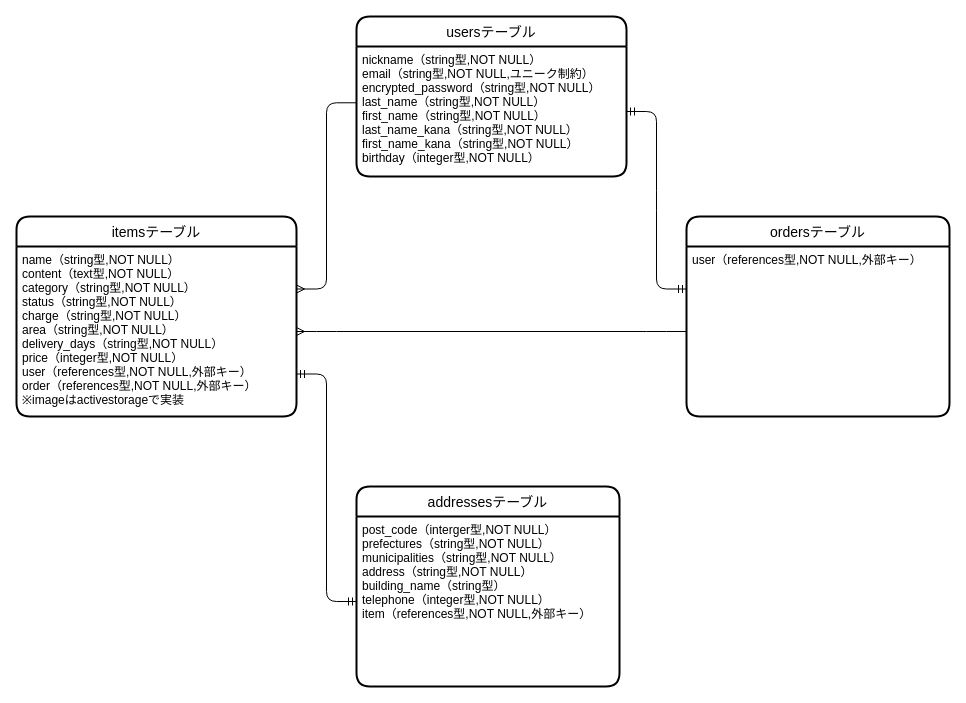
Above: furima.dio in sugisanize/furima-38529 (draw.io), before the change. Source tidied: cells renumbered, new cells numbered last; positions are measured from the earlier drawing's top-left corner, leaving out a move shared by most shapes. Both pictures are drawn from the tidied source at 100%, with x=0, y=0 at pixel (16, 16).
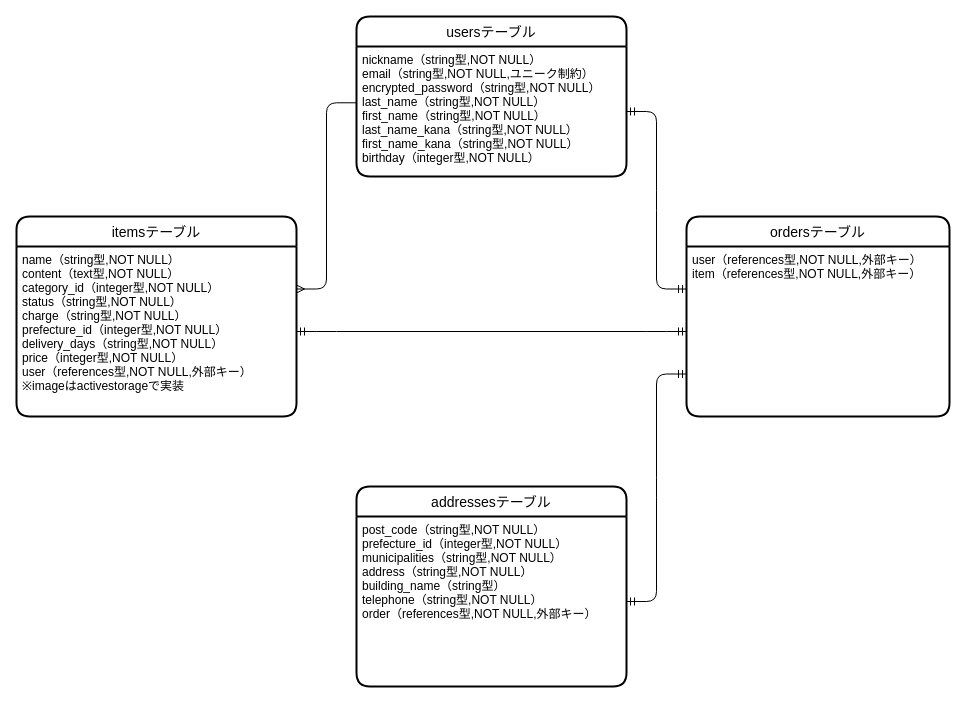
After the change.

Commit message (it also covers changes not shown here):
データベース設計（修正#2）

修正いたしました！
【最新ER図】
https://gyazo.com/66248061fff13e56dc58835734bd14f4

Change to the diagram source:
```diff
@@
 <mxGraphModel>
   <root>
     <mxCell id="0" />
     <mxCell id="1" parent="0" />
     <mxCell id="2" value="usersテーブル" style="swimlane;horizontal=1;startSize=30;rounded=1;fontSize=14;fontStyle=0;strokeWidth=2;shadow=0;dashed=0;align=center;" parent="1" vertex="1">
       <mxGeometry x="340" width="270" height="160" as="geometry" />
     </mxCell>
     <mxCell id="3" value="nickname（string型,NOT NULL）&#10;email（string型,NOT NULL,ユニーク制約）&#10;encrypted_password（string型,NOT NULL）&#10;last_name（string型,NOT NULL）&#10;first_name（string型,NOT NULL）&#10;last_name_kana（string型,NOT NULL）&#10;first_name_kana（string型,NOT NULL）&#10;birthday（integer型,NOT NULL）" style="align=left;strokeColor=none;fillColor=none;spacingLeft=4;fontSize=12;verticalAlign=top;" parent="2" vertex="1">
       <mxGeometry y="30" width="270" height="130" as="geometry" />
     </mxCell>
     <mxCell id="4" value="itemsテーブル" style="swimlane;horizontal=1;startSize=30;rounded=1;fontSize=14;fontStyle=0;strokeWidth=2;shadow=0;dashed=0;align=center;" parent="1" vertex="1">
       <mxGeometry y="200" width="280" height="200" as="geometry" />
     </mxCell>
-    <mxCell id="5" value="name（string型,NOT NULL）&#10;content（text型,NOT NULL）&#10;category（string型,NOT NULL）&#10;status（string型,NOT NULL）&#10;charge（string型,NOT NULL）&#10;area（string型,NOT NULL）&#10;delivery_days（string型,NOT NULL）&#10;price（integer型,NOT NULL）&#10;user（references型,NOT NULL,外部キー）&#10;order（references型,NOT NULL,外部キー）&#10;※imageはactivestorageで実装" style="align=left;strokeColor=none;fillColor=none;spacingLeft=4;fontSize=12;verticalAlign=top;" parent="4" vertex="1">
+    <mxCell id="5" value="name（string型,NOT NULL）&#10;content（text型,NOT NULL）&#10;category_id（integer型,NOT NULL）&#10;status（string型,NOT NULL）&#10;charge（string型,NOT NULL）&#10;prefecture_id（integer型,NOT NULL）&#10;delivery_days（string型,NOT NULL）&#10;price（integer型,NOT NULL）&#10;user（references型,NOT NULL,外部キー）&#10;※imageはactivestorageで実装" style="align=left;strokeColor=none;fillColor=none;spacingLeft=4;fontSize=12;verticalAlign=top;" parent="4" vertex="1">
       <mxGeometry y="30" width="280" height="170" as="geometry" />
     </mxCell>
     <mxCell id="6" value="ordersテーブル" style="swimlane;horizontal=1;startSize=30;rounded=1;fontSize=14;fontStyle=0;strokeWidth=2;shadow=0;dashed=0;align=center;" parent="1" vertex="1">
       <mxGeometry x="670" y="200" width="263" height="200" as="geometry" />
     </mxCell>
-    <mxCell id="7" value="user（references型,NOT NULL,外部キー）" style="align=left;strokeColor=none;fillColor=none;spacingLeft=4;fontSize=12;verticalAlign=top;" parent="6" vertex="1">
+    <mxCell id="7" value="user（references型,NOT NULL,外部キー）&#10;item（references型,NOT NULL,外部キー）" style="align=left;strokeColor=none;fillColor=none;spacingLeft=4;fontSize=12;verticalAlign=top;" parent="6" vertex="1">
       <mxGeometry y="30" width="263" height="170" as="geometry" />
     </mxCell>
     <mxCell id="8" style="edgeStyle=entityRelationEdgeStyle;fontSize=12;html=1;endArrow=ERmany;entryX=1;entryY=0.25;entryDx=0;entryDy=0;exitX=0;exitY=0.433;exitDx=0;exitDy=0;exitPerimeter=0;" parent="1" edge="1" source="3" target="5">
       <mxGeometry relative="1" as="geometry" />
     </mxCell>
     <mxCell id="9" style="edgeStyle=entityRelationEdgeStyle;fontSize=12;html=1;endArrow=ERmandOne;startArrow=ERmandOne;entryX=0;entryY=0.25;entryDx=0;entryDy=0;exitX=1;exitY=0.5;exitDx=0;exitDy=0;" parent="1" edge="1" source="3" target="7">
       <mxGeometry relative="1" as="geometry" />
     </mxCell>
     <mxCell id="10" value="addressesテーブル" style="swimlane;horizontal=1;startSize=30;rounded=1;fontSize=14;fontStyle=0;strokeWidth=2;shadow=0;dashed=0;align=center;" parent="1" vertex="1">
-      <mxGeometry x="340" y="470" width="263" height="200" as="geometry" />
+      <mxGeometry x="340" y="470" width="270" height="200" as="geometry" />
     </mxCell>
-    <mxCell id="11" value="post_code（interger型,NOT NULL）&#10;prefectures（string型,NOT NULL）&#10;municipalities（string型,NOT NULL）&#10;address（string型,NOT NULL）&#10;building_name（string型）&#10;telephone（integer型,NOT NULL）&#10;item（references型,NOT NULL,外部キー）" style="align=left;strokeColor=none;fillColor=none;spacingLeft=4;fontSize=12;verticalAlign=top;" parent="10" vertex="1">
-      <mxGeometry y="30" width="263" height="170" as="geometry" />
+    <mxCell id="11" value="post_code（string型,NOT NULL）&#10;prefecture_id（integer型,NOT NULL）&#10;municipalities（string型,NOT NULL）&#10;address（string型,NOT NULL）&#10;building_name（string型）&#10;telephone（string型,NOT NULL）&#10;order（references型,NOT NULL,外部キー）" style="align=left;strokeColor=none;fillColor=none;spacingLeft=4;fontSize=12;verticalAlign=top;" parent="10" vertex="1">
+      <mxGeometry y="30" width="270" height="170" as="geometry" />
     </mxCell>
-    <mxCell id="12" style="edgeStyle=entityRelationEdgeStyle;fontSize=12;html=1;endArrow=ERmandOne;startArrow=ERmandOne;exitX=0;exitY=0.5;exitDx=0;exitDy=0;entryX=1;entryY=0.75;entryDx=0;entryDy=0;" parent="1" edge="1" source="11" target="5">
+    <mxCell id="12" style="edgeStyle=entityRelationEdgeStyle;fontSize=12;html=1;endArrow=ERmandOne;startArrow=ERmandOne;exitX=1;exitY=0.5;exitDx=0;exitDy=0;entryX=0;entryY=0.75;entryDx=0;entryDy=0;" parent="1" edge="1" source="11" target="7">
       <mxGeometry relative="1" as="geometry" />
     </mxCell>
-    <mxCell id="13" style="edgeStyle=entityRelationEdgeStyle;fontSize=12;html=1;endArrow=ERmany;exitX=0;exitY=0.5;exitDx=0;exitDy=0;entryX=1;entryY=0.5;entryDx=0;entryDy=0;" parent="1" edge="1" source="7" target="5">
+    <mxCell id="13" style="edgeStyle=entityRelationEdgeStyle;fontSize=12;html=1;endArrow=ERmandOne;startArrow=ERmandOne;exitX=1;exitY=0.5;exitDx=0;exitDy=0;entryX=0;entryY=0.5;entryDx=0;entryDy=0;" parent="1" edge="1" source="5" target="7">
       <mxGeometry relative="1" as="geometry" />
     </mxCell>
   </root>
 </mxGraphModel>
```
